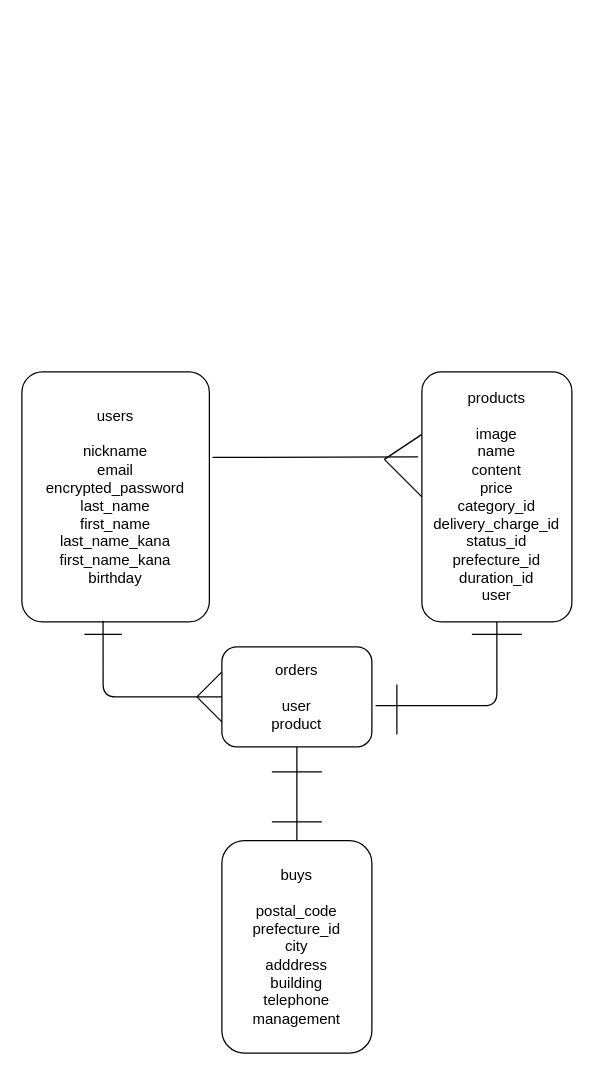
konoha1230/furima-32358 keeps this draw.io diagram as furima.drawio. Above is the earlier version. Source tidied: cells renumbered, new cells numbered last; positions are measured from the earlier drawing's top-left corner, leaving out a move shared by most shapes. Both pictures are drawn from the tidied source at 125%, with x=0, y=0 at pixel (21, 371).
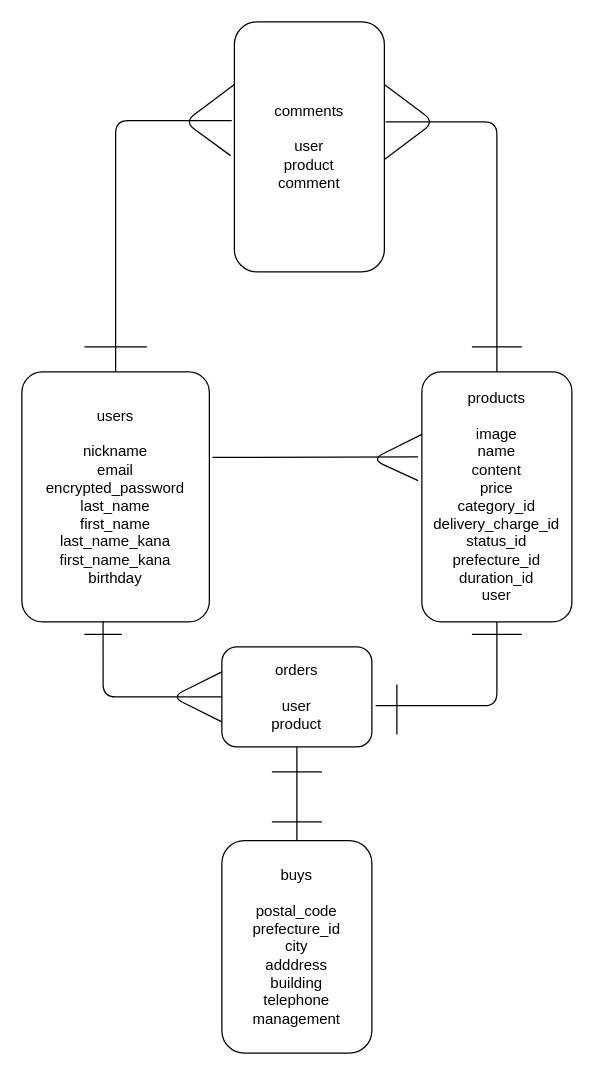
The same page after the edit.

Commit message (it also covers changes not shown here):
コメント機能の設計図の追加

The change refers to these unchanged cells:
```xml
<mxCell id="2" value="users&lt;br&gt;&lt;br&gt;nickname&lt;br&gt;email&lt;br&gt;encrypted_password&lt;br&gt;last_name&lt;br&gt;first_name&lt;br&gt;last_name_kana&lt;br&gt;first_name_kana&lt;br&gt;birthday" style="rounded=1;whiteSpace=wrap;html=1;arcSize=11;" parent="1" vertex="1">
  <mxGeometry width="150" height="200" as="geometry" />
</mxCell>
<mxCell id="3" value="products&lt;br&gt;&lt;br&gt;image&lt;br&gt;name&lt;br&gt;content&lt;br&gt;price&lt;br&gt;category_id&lt;br&gt;delivery_charge_id&lt;br&gt;status_id&lt;br&gt;prefecture_id&lt;br&gt;duration_id&lt;br&gt;user" style="rounded=1;whiteSpace=wrap;html=1;arcSize=13;align=center;" parent="1" vertex="1">
  <mxGeometry x="320" width="120" height="200" as="geometry" />
</mxCell>
<mxCell id="10" value="orders&lt;br&gt;&lt;br&gt;user&lt;br&gt;product" style="rounded=1;whiteSpace=wrap;html=1;align=center;" parent="1" vertex="1">
  <mxGeometry x="160" y="220" width="120" height="80" as="geometry" />
</mxCell>
```

What changed in the source:
```diff
@@
-    <mxCell id="8" style="endArrow=none;html=1;entryX=0;entryY=0.25;entryDx=0;entryDy=0;" parent="1" edge="1" target="3">
+    <mxCell id="8" style="endArrow=none;html=1;entryX=0;entryY=0.25;entryDx=0;entryDy=0;exitX=-0.025;exitY=0.435;exitDx=0;exitDy=0;exitPerimeter=0;" parent="1" edge="1" source="3" target="3">
       <mxGeometry relative="1" as="geometry">
-        <mxPoint x="290" y="70" as="sourcePoint" />
+        <Array as="points">
+          <mxPoint x="280" y="70" />
+        </Array>
       </mxGeometry>
     </mxCell>
-    <mxCell id="9" style="endArrow=none;html=1;entryX=0;entryY=0.5;entryDx=0;entryDy=0;" parent="1" edge="1" target="3">
+    <mxCell id="9" style="endArrow=none;html=1;" parent="1" edge="1">
       <mxGeometry relative="1" as="geometry">
-        <mxPoint x="290" y="70" as="sourcePoint" />
+        <mxPoint x="50" y="-20" as="sourcePoint" />
+        <mxPoint x="100" y="-20" as="targetPoint" />
       </mxGeometry>
     </mxCell>
@@
-    <mxCell id="15" style="endArrow=none;html=1;entryX=0;entryY=0.25;entryDx=0;entryDy=0;" parent="1" edge="1" target="10">
+    <mxCell id="15" style="endArrow=none;html=1;" parent="1" edge="1">
       <mxGeometry relative="1" as="geometry">
-        <mxPoint x="140" y="260" as="sourcePoint" />
+        <mxPoint x="400" y="-20" as="sourcePoint" />
+        <mxPoint x="360" y="-20" as="targetPoint" />
       </mxGeometry>
     </mxCell>
-    <mxCell id="16" style="endArrow=none;html=1;exitX=0;exitY=0.75;exitDx=0;exitDy=0;" parent="1" edge="1" source="10">
+    <mxCell id="16" style="endArrow=none;html=1;entryX=0;entryY=0.25;entryDx=0;entryDy=0;exitX=0;exitY=0.75;exitDx=0;exitDy=0;" parent="1" edge="1" source="10" target="10">
       <mxGeometry relative="1" as="geometry">
-        <mxPoint x="140" y="260" as="targetPoint" />
+        <Array as="points">
+          <mxPoint x="120" y="260" />
+        </Array>
       </mxGeometry>
     </mxCell>
@@
+    <mxCell id="19" style="endArrow=none;html=1;entryX=-0.017;entryY=0.395;entryDx=0;entryDy=0;entryPerimeter=0;exitX=0.5;exitY=0;exitDx=0;exitDy=0;" parent="1" edge="1" source="2" target="20">
+      <mxGeometry relative="1" as="geometry">
+        <Array as="points">
+          <mxPoint x="75" y="-201" />
+        </Array>
+      </mxGeometry>
+    </mxCell>
+    <mxCell id="20" value="comments&lt;br&gt;&lt;br&gt;user&lt;br&gt;product&lt;br&gt;comment" style="rounded=1;whiteSpace=wrap;html=1;" parent="1" vertex="1">
+      <mxGeometry x="170" y="-280" width="120" height="200" as="geometry" />
+    </mxCell>
+    <mxCell id="21" style="endArrow=none;html=1;entryX=0.5;entryY=0;entryDx=0;entryDy=0;exitX=1.008;exitY=0.4;exitDx=0;exitDy=0;exitPerimeter=0;" parent="1" edge="1" source="20" target="3">
+      <mxGeometry relative="1" as="geometry">
+        <Array as="points">
+          <mxPoint x="380" y="-200" />
+        </Array>
+      </mxGeometry>
+    </mxCell>
+    <mxCell id="22" style="endArrow=none;html=1;exitX=-0.025;exitY=0.535;exitDx=0;exitDy=0;exitPerimeter=0;" parent="1" edge="1" source="20">
+      <mxGeometry relative="1" as="geometry">
+        <mxPoint x="170" y="-230" as="targetPoint" />
+        <Array as="points">
+          <mxPoint x="130" y="-200" />
+        </Array>
+      </mxGeometry>
+    </mxCell>
+    <mxCell id="23" style="endArrow=none;html=1;entryX=1;entryY=0.25;entryDx=0;entryDy=0;" parent="1" edge="1" target="20">
+      <mxGeometry relative="1" as="geometry">
+        <mxPoint x="290" y="-170" as="sourcePoint" />
+        <Array as="points">
+          <mxPoint x="330" y="-200" />
+        </Array>
+      </mxGeometry>
+    </mxCell>
```
